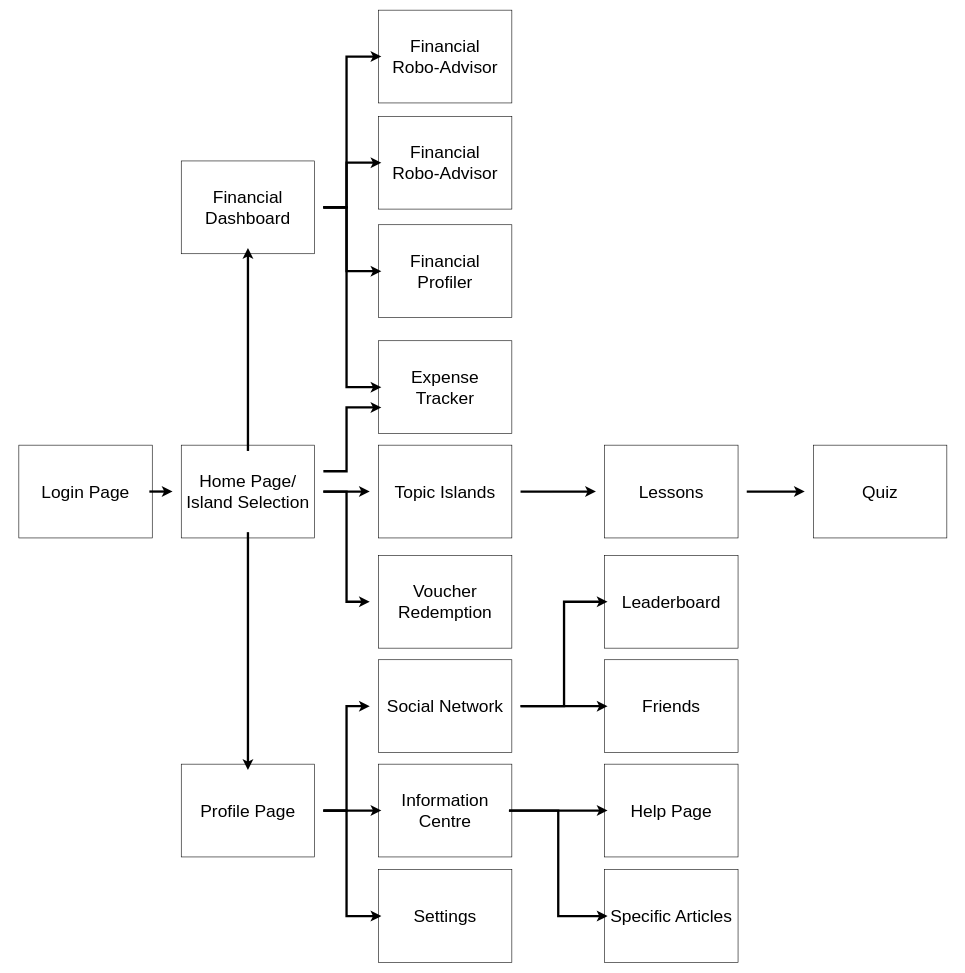
Above: FinanceKaki_Iter2.drawio in tigercxx/hello-world (draw.io), before the change. Source tidied: cells renumbered, new cells numbered last; positions are measured from the earlier drawing's top-left corner, leaving out a move shared by most shapes. Both pictures are drawn from the tidied source at 58%, with x=0, y=0 at pixel (10, 10).
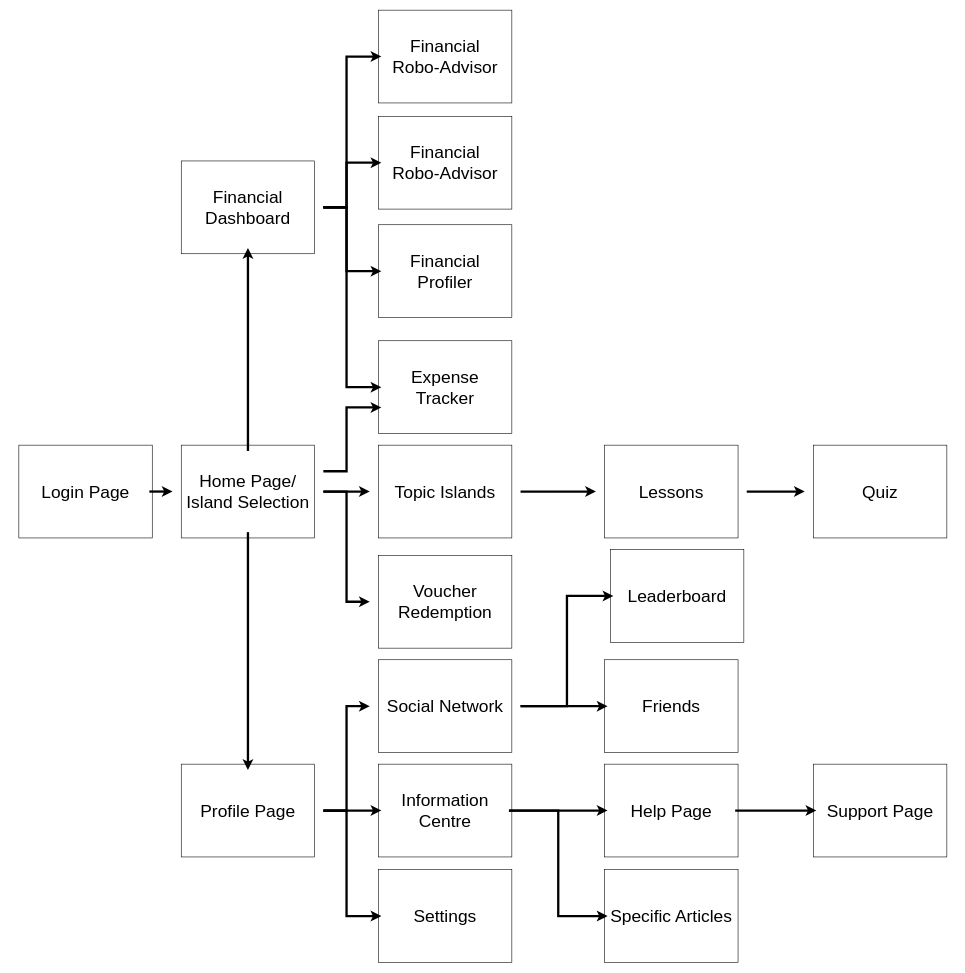
After the change.

The change refers to these unchanged cells:
```xml
<mxCell id="35" value="&lt;span style=&quot;font-size: 30px;&quot;&gt;Help Page&lt;/span&gt;" style="text;html=1;strokeColor=none;fillColor=none;align=center;verticalAlign=middle;whiteSpace=wrap;rounded=0;" parent="33" vertex="1">
  <mxGeometry x="20" y="10" width="220" height="140" as="geometry" />
</mxCell>
```

What changed in the source:
```diff
@@
     <mxCell id="48" style="group;" parent="1" vertex="1">
-      <mxGeometry x="1010" y="940" width="260" height="160" as="geometry" />
+      <mxGeometry x="1020" y="930" width="260" height="160" as="geometry" />
     </mxCell>
@@
+    <mxCell id="79" style="group;" parent="1" vertex="1">
+      <mxGeometry x="1370" y="1300" width="260" height="160" as="geometry" />
+    </mxCell>
+    <mxCell id="80" style="rounded=0;whiteSpace=wrap;html=1;" parent="79" vertex="1">
+      <mxGeometry x="15" width="230" height="160" as="geometry" />
+    </mxCell>
+    <mxCell id="81" value="&lt;span style=&quot;font-size: 30px;&quot;&gt;Support Page&lt;/span&gt;" style="text;html=1;strokeColor=none;fillColor=none;align=center;verticalAlign=middle;whiteSpace=wrap;rounded=0;" parent="79" vertex="1">
+      <mxGeometry x="20" y="10" width="220" height="140" as="geometry" />
+    </mxCell>
+    <mxCell id="82" style="edgeStyle=orthogonalEdgeStyle;rounded=0;jettySize=auto;html=1;exitX=1;exitY=0.5;exitDx=0;exitDy=0;entryX=0;entryY=0.5;entryDx=0;entryDy=0;strokeWidth=4;" parent="1" edge="1" source="35" target="81">
+      <mxGeometry relative="1" as="geometry" />
+    </mxCell>
```
